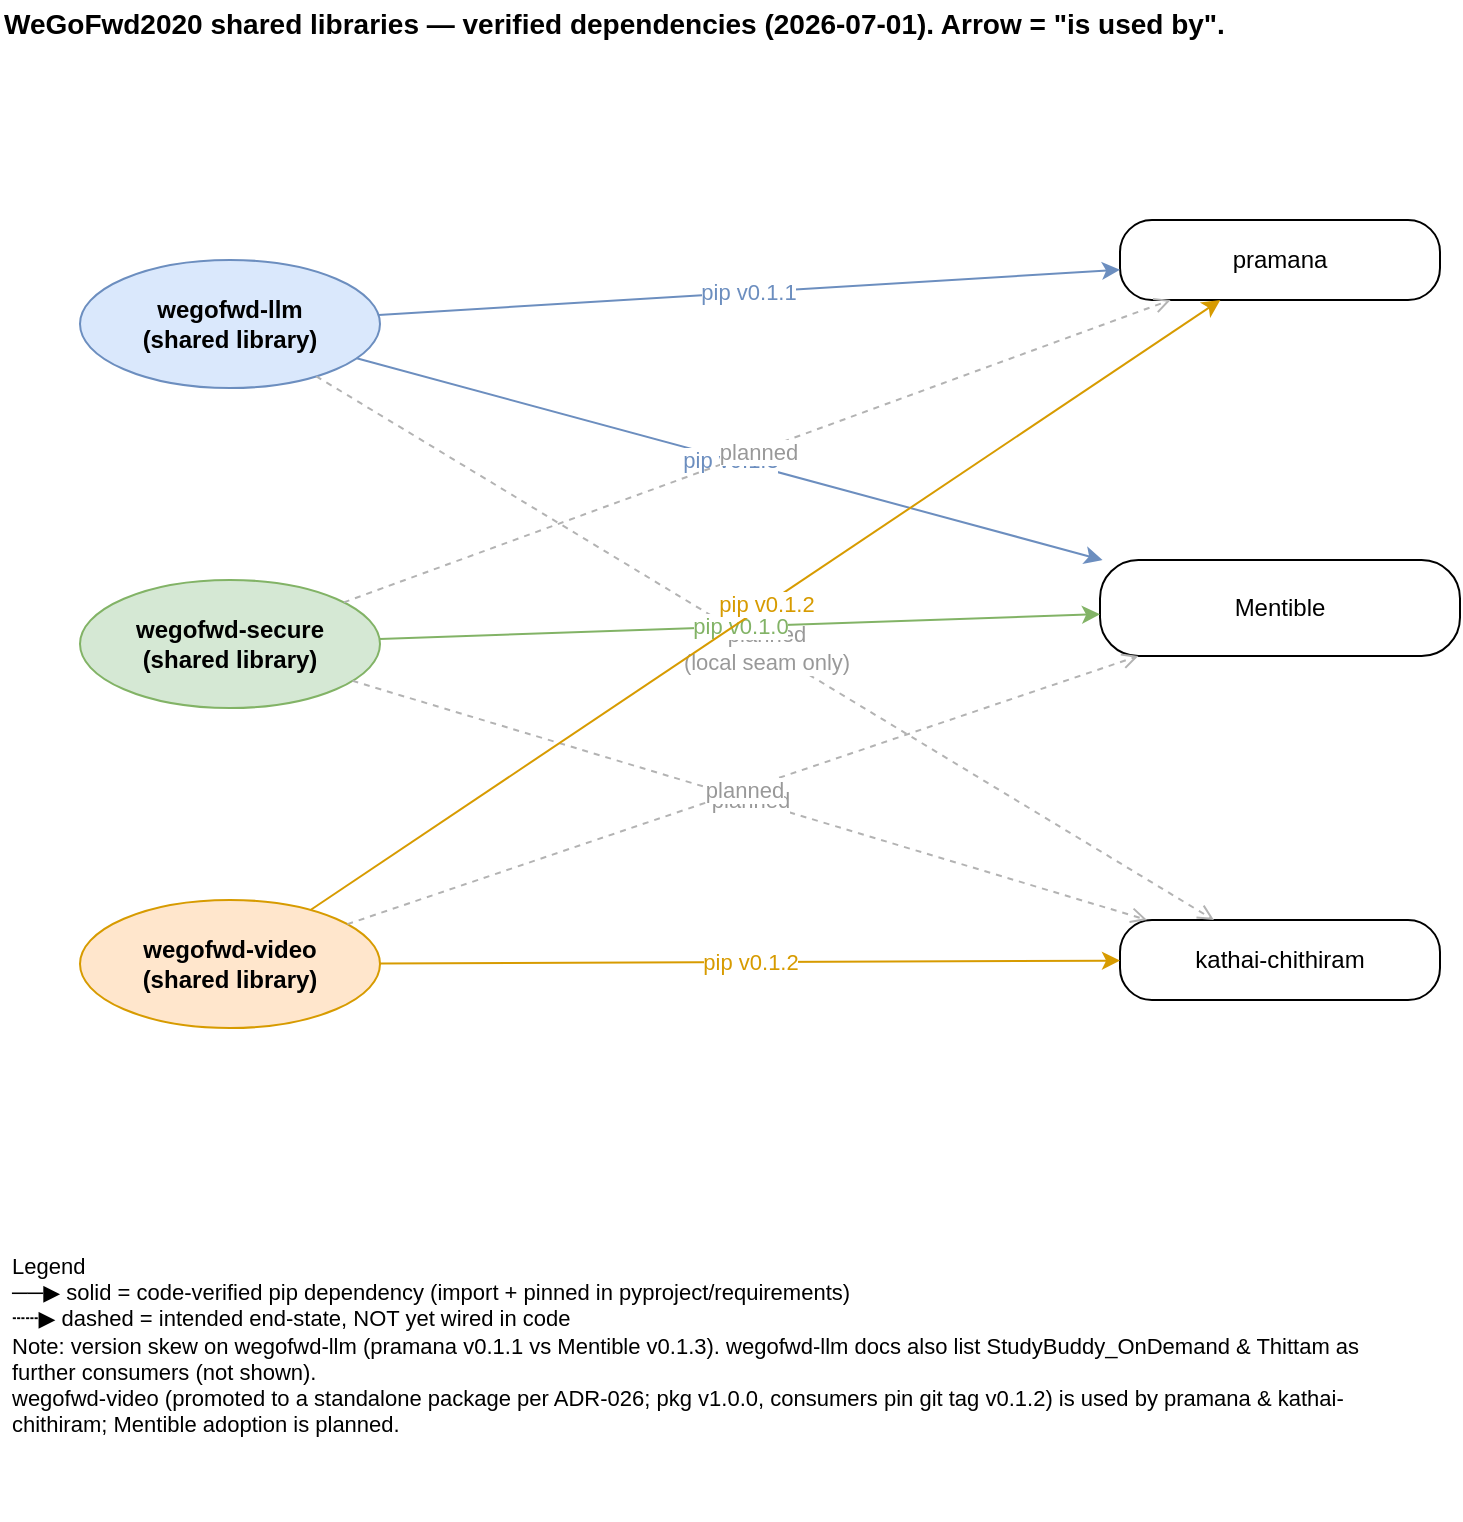
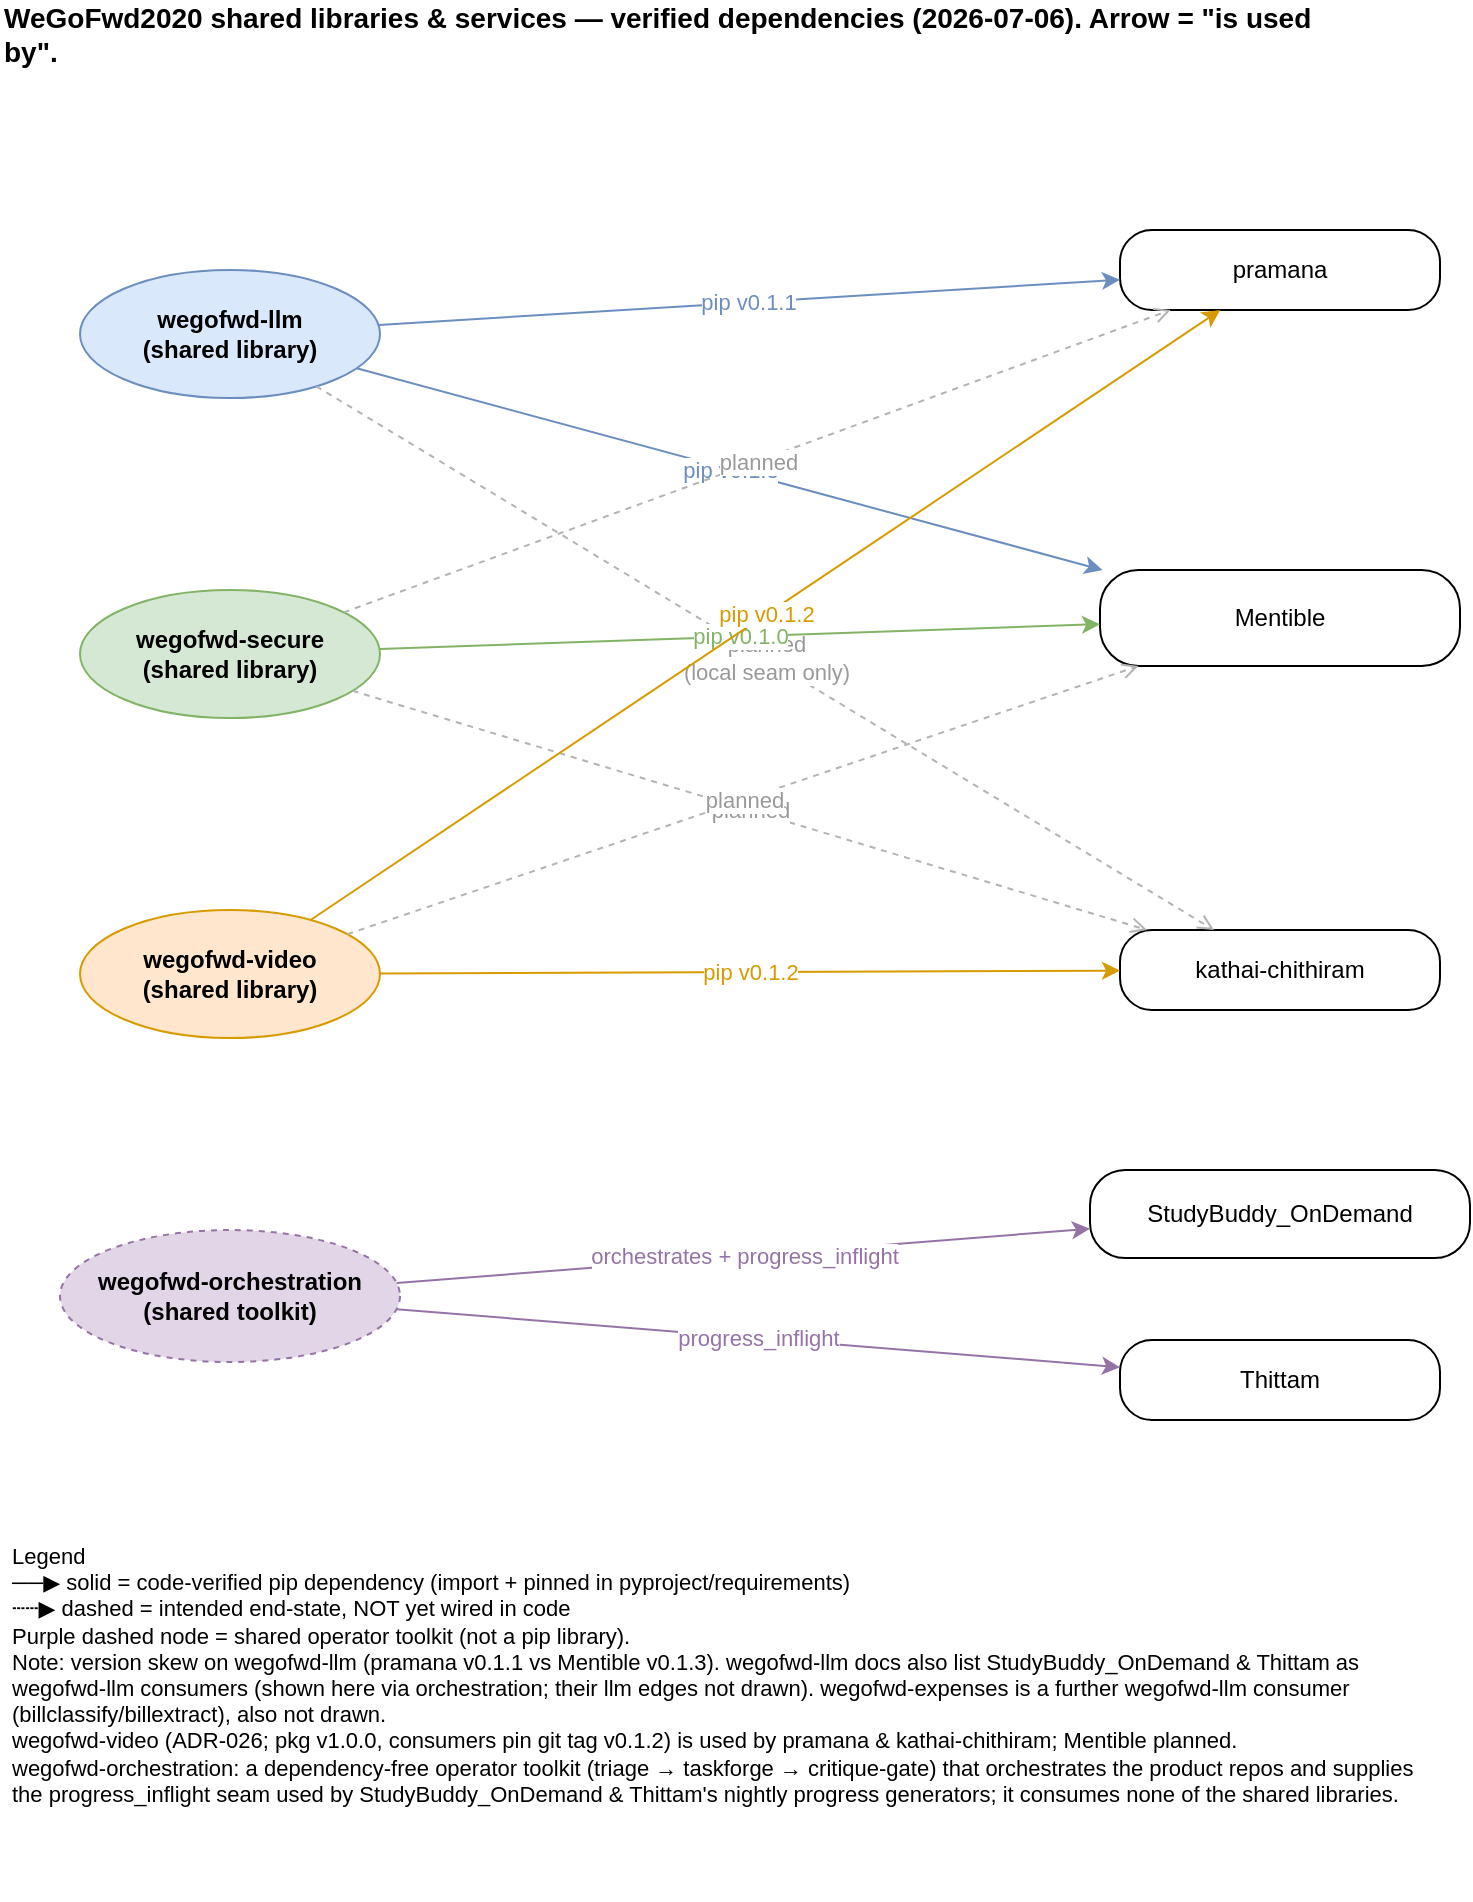
<mxfile host="Electron">
  <diagram name="Page-1" id="Mi2Ey0hthCSXxpTSFK5q">
    <mxGraphModel dx="694" dy="632" grid="1" gridSize="10" guides="1" tooltips="1" connect="1" arrows="1" fold="1" page="1" pageScale="1" pageWidth="850" pageHeight="1100" math="0" shadow="0">
      <root>
        <mxCell id="0" />
        <mxCell id="1" parent="0" />
-         <mxCell id="title" parent="1" vertex="1" style="text;html=1;align=left;verticalAlign=middle;whiteSpace=wrap;fontSize=14;fontStyle=1;" value="WeGoFwd2020 shared libraries — verified dependencies (2026-07-01). Arrow = &amp;quot;is used by&amp;quot;.">
-           <mxGeometry height="24" width="620" x="40" y="40" as="geometry" />
+         <mxCell id="title" parent="1" vertex="1" style="text;html=1;align=left;verticalAlign=middle;whiteSpace=wrap;fontSize=14;fontStyle=1;" value="WeGoFwd2020 shared libraries &amp; services — verified dependencies (2026-07-06). Arrow = &amp;quot;is used by&amp;quot;.">
+           <mxGeometry height="24" width="660" x="40" y="40" as="geometry" />
        </mxCell>

        <!-- Shared libraries (hubs, left) -->
        <mxCell id="llm" parent="1" vertex="1" style="ellipse;whiteSpace=wrap;html=1;align=center;fillColor=#dae8fc;strokeColor=#6c8ebf;fontStyle=1;" value="wegofwd-llm&#10;(shared library)">
          <mxGeometry height="64" width="150" x="80" y="170" as="geometry" />
        </mxCell>
        <mxCell id="secure" parent="1" vertex="1" style="ellipse;whiteSpace=wrap;html=1;align=center;fillColor=#d5e8d4;strokeColor=#82b366;fontStyle=1;" value="wegofwd-secure&#10;(shared library)">
          <mxGeometry height="64" width="150" x="80" y="330" as="geometry" />
        </mxCell>
        <mxCell id="video" parent="1" vertex="1" style="ellipse;whiteSpace=wrap;html=1;align=center;fillColor=#ffe6cc;strokeColor=#d79b00;fontStyle=1;" value="wegofwd-video&#10;(shared library)">
          <mxGeometry height="64" width="150" x="80" y="490" as="geometry" />
        </mxCell>

        <!-- Consumer projects (right column) -->
        <mxCell id="pramana" parent="1" vertex="1" style="whiteSpace=wrap;html=1;rounded=1;arcSize=40;align=center;verticalAlign=middle;" value="pramana">
          <mxGeometry height="40" width="160" x="600" y="150" as="geometry" />
        </mxCell>
        <mxCell id="mentible" parent="1" vertex="1" style="whiteSpace=wrap;html=1;rounded=1;arcSize=40;align=center;verticalAlign=middle;" value="Mentible">
          <mxGeometry height="48" width="180" x="590" y="320" as="geometry" />
        </mxCell>
        <mxCell id="kathai" parent="1" vertex="1" style="whiteSpace=wrap;html=1;rounded=1;arcSize=40;align=center;verticalAlign=middle;" value="kathai-chithiram">
          <mxGeometry height="40" width="160" x="600" y="500" as="geometry" />
        </mxCell>

        <!-- wegofwd-llm edges -->
        <mxCell id="e-llm-pramana" parent="1" edge="1" source="llm" target="pramana" style="endArrow=classic;html=1;rounded=1;curved=1;strokeColor=#6c8ebf;fontColor=#6c8ebf;" value="pip v0.1.1">
          <mxGeometry relative="1" as="geometry" />
        </mxCell>
        <mxCell id="e-llm-self" parent="1" edge="1" source="llm" target="mentible" style="endArrow=classic;html=1;rounded=1;curved=1;strokeColor=#6c8ebf;fontColor=#6c8ebf;" value="pip v0.1.3">
          <mxGeometry relative="1" as="geometry" />
        </mxCell>
        <mxCell id="e-llm-kathai" parent="1" edge="1" source="llm" target="kathai" style="endArrow=open;html=1;rounded=1;curved=1;dashed=1;strokeColor=#b3b3b3;fontColor=#999999;" value="planned&#10;(local seam only)">
          <mxGeometry relative="1" as="geometry" />
        </mxCell>

        <!-- wegofwd-secure edges -->
        <mxCell id="e-secure-self" parent="1" edge="1" source="secure" target="mentible" style="endArrow=classic;html=1;rounded=1;curved=1;strokeColor=#82b366;fontColor=#82b366;" value="pip v0.1.0">
          <mxGeometry relative="1" as="geometry" />
        </mxCell>
        <mxCell id="e-secure-pramana" parent="1" edge="1" source="secure" target="pramana" style="endArrow=open;html=1;rounded=1;curved=1;dashed=1;strokeColor=#b3b3b3;fontColor=#999999;" value="planned">
          <mxGeometry relative="1" as="geometry" />
        </mxCell>
        <mxCell id="e-secure-kathai" parent="1" edge="1" source="secure" target="kathai" style="endArrow=open;html=1;rounded=1;curved=1;dashed=1;strokeColor=#b3b3b3;fontColor=#999999;" value="planned">
          <mxGeometry relative="1" as="geometry" />
        </mxCell>

        <!-- wegofwd-video edges -->
        <mxCell id="e-video-pramana" parent="1" edge="1" source="video" target="pramana" style="endArrow=classic;html=1;rounded=1;curved=1;strokeColor=#d79b00;fontColor=#d79b00;" value="pip v0.1.2">
          <mxGeometry relative="1" as="geometry" />
        </mxCell>
        <mxCell id="e-video-kathai" parent="1" edge="1" source="video" target="kathai" style="endArrow=classic;html=1;rounded=1;curved=1;strokeColor=#d79b00;fontColor=#d79b00;" value="pip v0.1.2">
          <mxGeometry relative="1" as="geometry" />
        </mxCell>
        <mxCell id="e-video-self" parent="1" edge="1" source="video" target="mentible" style="endArrow=open;html=1;rounded=1;curved=1;dashed=1;strokeColor=#b3b3b3;fontColor=#999999;" value="planned">
          <mxGeometry relative="1" as="geometry" />
        </mxCell>

+         <!-- wegofwd-orchestration (operator toolkit — not a pip library; distinct dashed style) -->
+         <mxCell id="orch" parent="1" vertex="1" style="ellipse;whiteSpace=wrap;html=1;align=center;fillColor=#e1d5e7;strokeColor=#9673a6;fontStyle=1;dashed=1;" value="wegofwd-orchestration&#10;(shared toolkit)">
+           <mxGeometry height="66" width="170" x="70" y="650" as="geometry" />
+         </mxCell>
+         <mxCell id="sb" parent="1" vertex="1" style="whiteSpace=wrap;html=1;rounded=1;arcSize=40;align=center;verticalAlign=middle;" value="StudyBuddy_OnDemand">
+           <mxGeometry height="44" width="190" x="585" y="620" as="geometry" />
+         </mxCell>
+         <mxCell id="thittam" parent="1" vertex="1" style="whiteSpace=wrap;html=1;rounded=1;arcSize=40;align=center;verticalAlign=middle;" value="Thittam">
+           <mxGeometry height="40" width="160" x="600" y="705" as="geometry" />
+         </mxCell>
+         <mxCell id="e-orch-sb" parent="1" edge="1" source="orch" target="sb" style="endArrow=classic;html=1;rounded=1;curved=1;strokeColor=#9673a6;fontColor=#9673a6;" value="orchestrates + progress_inflight">
+           <mxGeometry relative="1" as="geometry" />
+         </mxCell>
+         <mxCell id="e-orch-thittam" parent="1" edge="1" source="orch" target="thittam" style="endArrow=classic;html=1;rounded=1;curved=1;strokeColor=#9673a6;fontColor=#9673a6;" value="progress_inflight">
+           <mxGeometry relative="1" as="geometry" />
+         </mxCell>
+ 
        <!-- Legend -->
-         <mxCell id="legend" parent="1" vertex="1" style="text;html=1;align=left;verticalAlign=top;whiteSpace=wrap;fontSize=11;spacingLeft=4;" value="Legend&#10;──▶ solid  = code-verified pip dependency (import + pinned in pyproject/requirements)&#10;┄┄▶ dashed = intended end-state, NOT yet wired in code&#10;Note: version skew on wegofwd-llm (pramana v0.1.1 vs Mentible v0.1.3). wegofwd-llm docs also list StudyBuddy_OnDemand &amp; Thittam as further consumers (not shown).&#10;wegofwd-video (promoted to a standalone package per ADR-026; pkg v1.0.0, consumers pin git tag v0.1.2) is used by pramana &amp; kathai-chithiram; Mentible adoption is planned.">
-           <mxGeometry height="140" width="700" x="40" y="660" as="geometry" />
+         <mxCell id="legend" parent="1" vertex="1" style="text;html=1;align=left;verticalAlign=top;whiteSpace=wrap;fontSize=11;spacingLeft=4;" value="Legend&#10;──▶ solid  = code-verified pip dependency (import + pinned in pyproject/requirements)&#10;┄┄▶ dashed = intended end-state, NOT yet wired in code&#10;Purple dashed node = shared operator toolkit (not a pip library).&#10;Note: version skew on wegofwd-llm (pramana v0.1.1 vs Mentible v0.1.3). wegofwd-llm docs also list StudyBuddy_OnDemand &amp; Thittam as wegofwd-llm consumers (shown here via orchestration; their llm edges not drawn). wegofwd-expenses is a further wegofwd-llm consumer (billclassify/billextract), also not drawn.&#10;wegofwd-video (ADR-026; pkg v1.0.0, consumers pin git tag v0.1.2) is used by pramana &amp; kathai-chithiram; Mentible planned.&#10;wegofwd-orchestration: a dependency-free operator toolkit (triage → taskforge → critique-gate) that orchestrates the product repos and supplies the progress_inflight seam used by StudyBuddy_OnDemand &amp; Thittam's nightly progress generators; it consumes none of the shared libraries.">
+           <mxGeometry height="185" width="710" x="40" y="800" as="geometry" />
        </mxCell>
      </root>
    </mxGraphModel>
  </diagram>
</mxfile>
